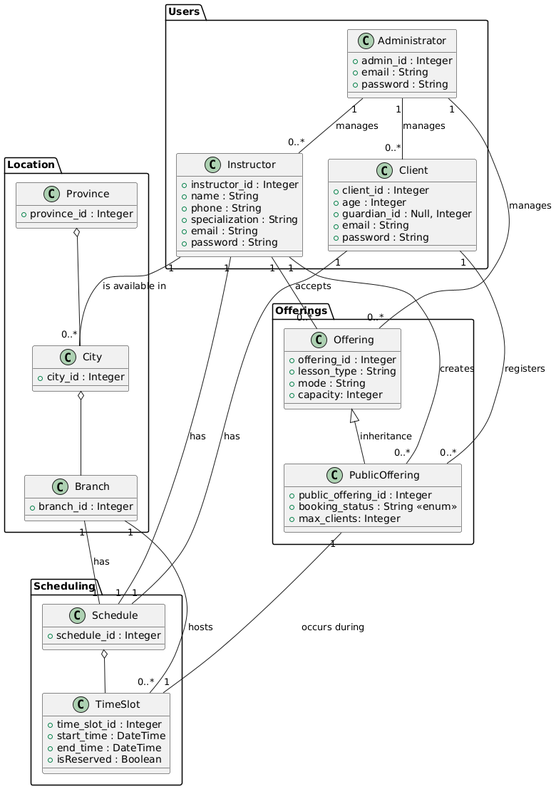
Above: UML-Diagrams/Package-Diagram.png in vibqetowi/soen-342-project (PlantUML), before the change.
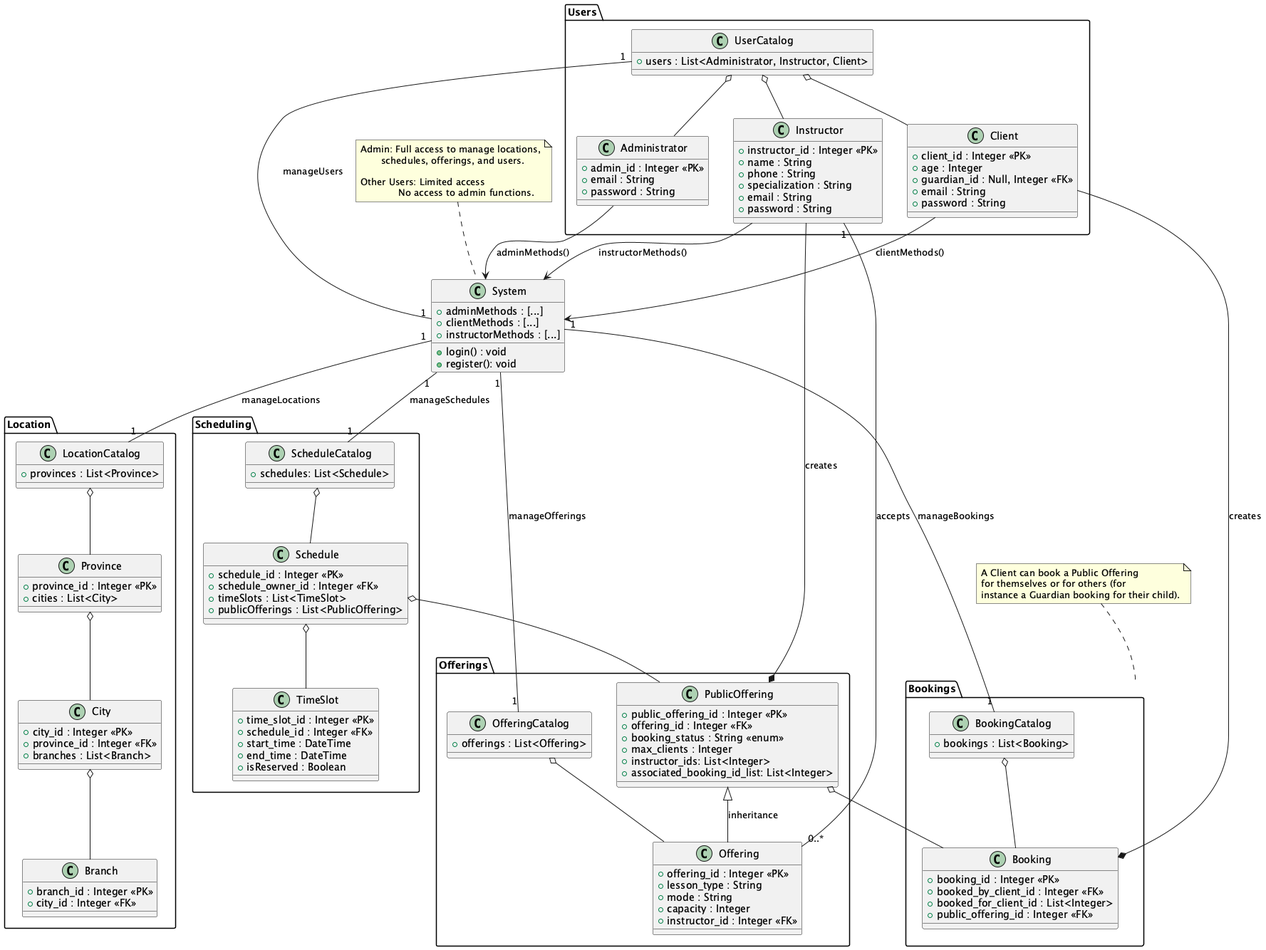
Above is the later version.

Commit message:
major overhaul of package diagram

The edit, as a diff of the source:
```diff
@@ -1,35 +1,84 @@
 @startuml
+
 package "Location" {
+    class LocationCatalog {
+        +provinces : List<Province>
+    }
+
     class Province {
-        +province_id : Integer
+        +province_id : Integer <<PK>>
+        +cities : List<City>
     }
 
     class City {
-        +city_id : Integer
+        +city_id : Integer <<PK>>
+        +province_id : Integer <<FK>>
+        +branches : List<Branch>
     }
 
     class Branch {
-        +branch_id : Integer
+        +branch_id : Integer <<PK>>
+        +city_id : Integer <<FK>>
     }
+
+    LocationCatalog o-- Province
+    Province o-- City
+    City o-- Branch
 }
 
 package "Scheduling" {
+    class ScheduleCatalog {
+        +schedules: List<Schedule>
+    }
+
     class Schedule {
-        +schedule_id : Integer
+        +schedule_id : Integer <<PK>>
+        +schedule_owner_id : Integer <<FK>>
+        +timeSlots : List<TimeSlot>
+        +publicOfferings : List<PublicOffering>
     }
 
     class TimeSlot {
-        +time_slot_id : Integer
+        +time_slot_id : Integer <<PK>>
+        +schedule_id : Integer <<FK>>
         +start_time : DateTime
         +end_time : DateTime
         +isReserved : Boolean
     }
 
+    ScheduleCatalog o-- Schedule
+    Schedule o-- TimeSlot
+}
+
+package "Offerings" {
+    class OfferingCatalog {
+        +offerings : List<Offering>
+    }
+
+    class Offering {
+        +offering_id : Integer <<PK>>
+        +lesson_type : String
+        +mode : String
+        +capacity : Integer
+        +instructor_id : Integer <<FK>>
+    }
+
+    class PublicOffering {
+        +public_offering_id : Integer <<PK>>
+        +offering_id : Integer <<FK>>
+        +booking_status : String <<enum>>
+        +max_clients : Integer
+        +instructor_ids: List<Integer>
+        +associated_booking_id_list: List<Integer>
+    }
+
+    OfferingCatalog o-- Offering
+    PublicOffering <|-- Offering : inheritance
 }
 
 package "Users" {
     class Instructor {
-        +instructor_id : Integer
+        +instructor_id : Integer <<PK>>
         +name : String
         +phone : String
         +specialization : String
@@ -38,51 +87,79 @@
     }
 
     class Client {
-        +client_id : Integer
+        +client_id : Integer <<PK>>
         +age : Integer
-        +guardian_id : Null, Integer
+        +guardian_id : Null, Integer <<FK>>
         +email : String
         +password : String
     }
 
     class Administrator {
-        +admin_id : Integer
+        +admin_id : Integer <<PK>>
         +email : String
         +password : String
     }
+
+    class UserCatalog {
+        +users : List<Administrator, Instructor, Client>
+    }
+
+    UserCatalog o-- Administrator
+    UserCatalog o-- Instructor
+    UserCatalog o-- Client
 }
 
-package "Offerings" {
-    class Offering {
-        +offering_id : Integer
-        +lesson_type : String
-        +mode : String
-        +capacity: Integer
+package "Bookings" {
+    class BookingCatalog {
+        +bookings : List<Booking>
     }
 
-    class PublicOffering {
-        +public_offering_id : Integer
-        +booking_status : String <<enum>>
-        +max_clients: Integer
+    class Booking {
+        +booking_id : Integer <<PK>>
+        +booked_by_client_id : Integer <<FK>>
+        +booked_for_client_id : List<Integer>
+        +public_offering_id : Integer <<FK>>
     }
+
+    BookingCatalog o-- Booking
 }
 
-Province o-- City
-City o-- Branch
-Schedule o-- TimeSlot
+Instructor "1" -- "0..*" Offering : accepts
+Instructor --* PublicOffering : creates
+Client --* Booking : creates
+PublicOffering o-- Booking
+Schedule o-- PublicOffering
 
-Instructor "1" -- "0..*" City : is available in
-Instructor "1" -- "0..*" Offering : accepts
-Instructor "1" -- "0..*" PublicOffering : creates
-Client "1" -- "0..*" PublicOffering : registers
-Administrator "1" -- "0..*" Offering : manages
-Administrator "1" -- "0..*" Instructor : manages
-Administrator "1" -- "0..*" Client : manages
-Instructor "1" -- "1" Schedule : has
-Client "1" -- "1" Schedule : has
-Branch "1" -- "1" Schedule : has
-Branch "1" -- "0..*" TimeSlot : hosts
-PublicOffering "1" -- "1" TimeSlot : occurs during
+class System {
+    +login() : void
+    +register(): void
+    +adminMethods : [...]
+    +clientMethods : [...]
+    +instructorMethods : [...]
+}
 
-Offering <|-- PublicOffering : inheritance
+System "1" -- "1" LocationCatalog : manageLocations
+System "1" -- "1" ScheduleCatalog : manageSchedules
+System "1" -- "1" UserCatalog : manageUsers
+System "1" -- "1" OfferingCatalog : manageOfferings
+System "1" -- "1" BookingCatalog : manageBookings
+
+Administrator --> System : adminMethods()
+Client --> System : clientMethods()
+Instructor --> System : instructorMethods()
+
+note top of System
+    Admin: Full access to manage locations,
+           schedules, offerings, and users.
+
+    Other Users: Limited access
+                 No access to admin functions.
+end note
+
+note top of Bookings
+A Client can book a Public Offering
+for themselves or for others (for
+instance a Guardian booking for their child).
+end note
+
 @enduml
```
